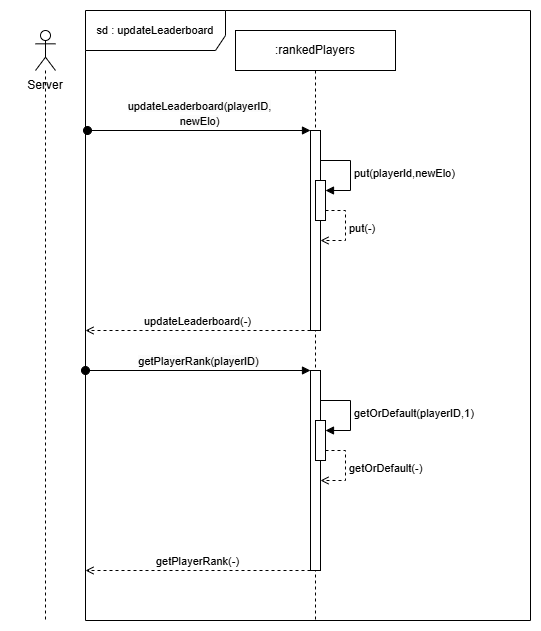
Above: Sequence diagrams/Leaderboard.drawio.png in aeMyst/Minigame-Portal (draw.io), before the change. Source tidied: cells renumbered, new cells last; positions are measured from the earlier drawing's top-left corner, leaving out a move shared by most shapes.
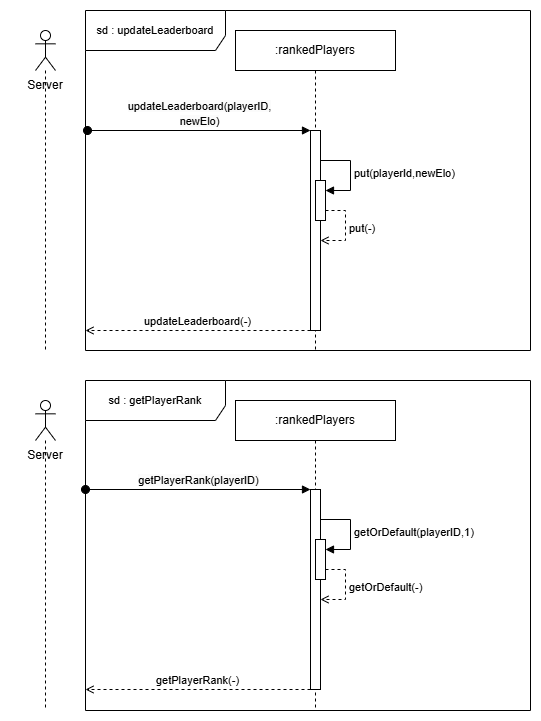
The same file after the commit.

Diff of the diagram source:
```diff
@@ -3,7 +3,7 @@
     <mxCell id="0" />
     <mxCell id="1" parent="0" />
     <mxCell id="2" value="&lt;font style=&quot;font-size: 11px;&quot;&gt;sd : updateLeaderboard&lt;/font&gt;" style="shape=umlFrame;whiteSpace=wrap;html=1;width=140;height=40;" parent="1" vertex="1">
-      <mxGeometry x="75" width="445" height="610" as="geometry" />
+      <mxGeometry x="75" width="445" height="340" as="geometry" />
     </mxCell>
     <mxCell id="3" value="&lt;span style=&quot;font-size: 11px; text-wrap-mode: wrap; background-color: rgb(251, 251, 251);&quot;&gt;updateLeaderboard(playerID, newElo)&lt;/span&gt;" style="html=1;verticalAlign=bottom;startArrow=oval;startFill=1;endArrow=block;startSize=8;curved=0;rounded=0;fontSize=12;" parent="1" edge="1" target="6">
       <mxGeometry relative="1" as="geometry">
@@ -11,10 +11,10 @@
       </mxGeometry>
     </mxCell>
     <mxCell id="4" style="shape=umlLifeline;perimeter=lifelinePerimeter;whiteSpace=wrap;html=1;newEdgeStyle={&quot;curved&quot;:0,&quot;rounded&quot;:0};participant=umlActor;" parent="1" vertex="1">
-      <mxGeometry x="25" y="20" width="20" height="590" as="geometry" />
+      <mxGeometry x="25" y="20" width="20" height="320" as="geometry" />
     </mxCell>
     <mxCell id="5" value=":rankedPlayers" style="shape=umlLifeline;perimeter=lifelinePerimeter;whiteSpace=wrap;html=1;newEdgeStyle={&quot;curved&quot;:0,&quot;rounded&quot;:0};" parent="1" vertex="1">
-      <mxGeometry x="225" y="20" width="160" height="590" as="geometry" />
+      <mxGeometry x="225" y="20" width="160" height="320" as="geometry" />
     </mxCell>
     <mxCell id="6" style="html=1;points=[[0,0,0,0,5],[0,1,0,0,-5],[1,0,0,0,5],[1,1,0,0,-5]];perimeter=orthogonalPerimeter;outlineConnect=0;targetShapes=umlLifeline;portConstraint=eastwest;newEdgeStyle={&quot;curved&quot;:0,&quot;rounded&quot;:0};" parent="5" vertex="1">
       <mxGeometry x="75" y="100" width="10" height="200" as="geometry" />
@@ -30,12 +30,6 @@
     <mxCell id="8" style="html=1;points=[[0,0,0,0,5],[0,1,0,0,-5],[1,0,0,0,5],[1,1,0,0,-5]];perimeter=orthogonalPerimeter;outlineConnect=0;targetShapes=umlLifeline;portConstraint=eastwest;newEdgeStyle={&quot;curved&quot;:0,&quot;rounded&quot;:0};" parent="5" vertex="1">
       <mxGeometry x="80" y="150" width="10" height="40" as="geometry" />
     </mxCell>
-    <mxCell id="9" style="html=1;perimeter=orthogonalPerimeter;targetShapes=umlLifeline;newEdgeStyle={&quot;curved&quot;:0,&quot;rounded&quot;:0};" parent="5" vertex="1">
-      <mxGeometry x="75" y="340" width="10" height="200" as="geometry" />
-    </mxCell>
-    <mxCell id="10" style="html=1;perimeter=orthogonalPerimeter;targetShapes=umlLifeline;newEdgeStyle={&quot;curved&quot;:0,&quot;rounded&quot;:0};" parent="5" vertex="1">
-      <mxGeometry x="80" y="390" width="10" height="40" as="geometry" />
-    </mxCell>
     <mxCell id="11" value="Server" style="text;html=1;align=center;verticalAlign=middle;whiteSpace=wrap;rounded=0;" parent="1" vertex="1">
       <mxGeometry y="50" width="70" height="50" as="geometry" />
     </mxCell>
@@ -53,33 +47,51 @@
         <mxPoint x="75" y="320" as="targetPoint" />
       </mxGeometry>
     </mxCell>
+    <mxCell id="18" value="&lt;font style=&quot;font-size: 11px;&quot;&gt;sd : getPlayerRank&lt;/font&gt;" style="shape=umlFrame;whiteSpace=wrap;html=1;width=140;height=40;" parent="1" vertex="1">
+      <mxGeometry x="75" y="370" width="445" height="330" as="geometry" />
+    </mxCell>
+    <mxCell id="19" style="shape=umlLifeline;perimeter=lifelinePerimeter;whiteSpace=wrap;html=1;newEdgeStyle={&quot;curved&quot;:0,&quot;rounded&quot;:0};participant=umlActor;" parent="1" vertex="1">
+      <mxGeometry x="25" y="390" width="20" height="310" as="geometry" />
+    </mxCell>
+    <mxCell id="20" value=":rankedPlayers" style="shape=umlLifeline;perimeter=lifelinePerimeter;whiteSpace=wrap;html=1;newEdgeStyle={&quot;curved&quot;:0,&quot;rounded&quot;:0};" parent="1" vertex="1">
+      <mxGeometry x="225" y="390" width="160" height="310" as="geometry" />
+    </mxCell>
+    <mxCell id="21" value="Server" style="text;html=1;align=center;verticalAlign=middle;whiteSpace=wrap;rounded=0;" parent="1" vertex="1">
+      <mxGeometry y="420" width="70" height="50" as="geometry" />
+    </mxCell>
+    <mxCell id="22" style="html=1;perimeter=orthogonalPerimeter;targetShapes=umlLifeline;newEdgeStyle={&quot;curved&quot;:0,&quot;rounded&quot;:0};" parent="1" vertex="1">
+      <mxGeometry x="300" y="479" width="10" height="200" as="geometry" />
+    </mxCell>
+    <mxCell id="23" style="html=1;perimeter=orthogonalPerimeter;targetShapes=umlLifeline;newEdgeStyle={&quot;curved&quot;:0,&quot;rounded&quot;:0};" parent="1" vertex="1">
+      <mxGeometry x="305" y="529" width="10" height="40" as="geometry" />
+    </mxCell>
     <mxCell id="14" value="&lt;span style=&quot;font-size: 11px; text-wrap-mode: wrap; background-color: rgb(251, 251, 251);&quot;&gt;getPlayerRank(playerID)&lt;/span&gt;" style="html=1;verticalAlign=bottom;startArrow=oval;startFill=1;endArrow=block;startSize=8;curved=0;rounded=0;fontSize=12;" parent="1" edge="1">
       <mxGeometry relative="1" as="geometry">
-        <mxPoint x="75" y="360" as="sourcePoint" />
-        <mxPoint x="300" y="360" as="targetPoint" />
+        <mxPoint x="75" y="479" as="sourcePoint" />
+        <mxPoint x="300" y="479" as="targetPoint" />
       </mxGeometry>
     </mxCell>
     <mxCell id="15" value="getPlayerRank(-)" style="html=1;verticalAlign=bottom;endArrow=open;curved=0;rounded=0;endFill=0;dashed=1;" parent="1" edge="1">
       <mxGeometry relative="1" as="geometry">
-        <mxPoint x="300" y="560" as="sourcePoint" />
-        <mxPoint x="75" y="560" as="targetPoint" />
+        <mxPoint x="300" y="679" as="sourcePoint" />
+        <mxPoint x="75" y="679" as="targetPoint" />
       </mxGeometry>
     </mxCell>
     <mxCell id="16" value="getOrDefault(playerID,1)" style="html=1;align=left;spacingLeft=2;endArrow=block;rounded=0;edgeStyle=orthogonalEdgeStyle;curved=0;rounded=0;" parent="1" edge="1">
       <mxGeometry relative="1" as="geometry">
-        <mxPoint x="310" y="390" as="sourcePoint" />
-        <mxPoint x="315" y="420" as="targetPoint" />
+        <mxPoint x="310" y="509" as="sourcePoint" />
+        <mxPoint x="315" y="539" as="targetPoint" />
         <Array as="points">
-          <mxPoint x="340" y="420" />
+          <mxPoint x="340" y="539" />
         </Array>
       </mxGeometry>
     </mxCell>
     <mxCell id="17" value="getOrDefault(-)" style="html=1;align=left;spacingLeft=2;endArrow=open;rounded=0;edgeStyle=orthogonalEdgeStyle;curved=0;rounded=0;dashed=1;endFill=0;" parent="1" edge="1">
       <mxGeometry relative="1" as="geometry">
-        <mxPoint x="315" y="440" as="sourcePoint" />
-        <mxPoint x="310" y="470" as="targetPoint" />
+        <mxPoint x="315" y="559" as="sourcePoint" />
+        <mxPoint x="310" y="589" as="targetPoint" />
         <Array as="points">
-          <mxPoint x="335" y="470" />
+          <mxPoint x="335" y="589" />
         </Array>
       </mxGeometry>
     </mxCell>
```
